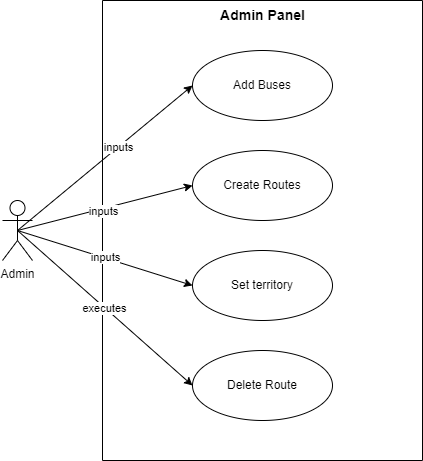
Abubakar-doc/FYP-24-SE-A-204 keeps this draw.io diagram as Project Real-Time Bus ID Verification and Tracking/DOCUMENTATION/UseCaseDiagrams/BusesManagement.drawio.png. Above is the earlier version. Source tidied: cells renumbered, new cells last; positions are measured from the earlier drawing's top-left corner, leaving out a move shared by most shapes.
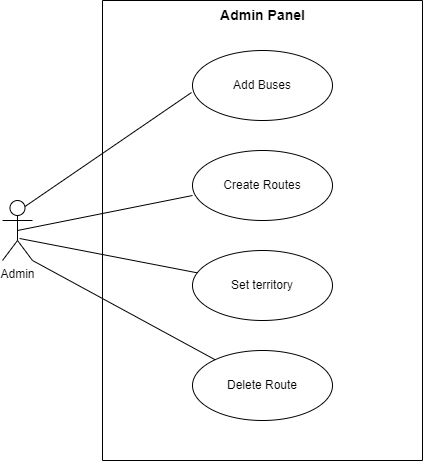
The same diagram one commit later.

The edit, as a diff of the source:
```diff
@@ -20,34 +20,20 @@
     <mxCell id="7" value="Admin Panel" style="text;html=1;align=center;verticalAlign=middle;strokeColor=none;fillColor=none;fontStyle=1;fontSize=14;" parent="2" vertex="1">
       <mxGeometry x="110" width="100" height="30" as="geometry" />
     </mxCell>
+    <mxCell id="16" value="Admin" style="shape=umlActor;verticalLabelPosition=bottom;verticalAlign=top;html=1;" parent="1" vertex="1">
+      <mxGeometry y="200" width="30" height="60" as="geometry" />
+    </mxCell>
+    <mxCell id="14" style="endArrow=none;html=1;rounded=0;exitX=1;exitY=1;exitDx=0;exitDy=0;exitPerimeter=0;" parent="1" edge="1" source="16" target="3">
+      <mxGeometry relative="1" as="geometry" />
+    </mxCell>
+    <mxCell id="12" style="endArrow=none;html=1;rounded=0;exitX=0.567;exitY=0.633;exitDx=0;exitDy=0;exitPerimeter=0;" parent="1" edge="1" source="16" target="6">
+      <mxGeometry relative="1" as="geometry" />
+    </mxCell>
-    <mxCell id="8" style="rounded=0;jettySize=auto;html=1;exitX=0.5;exitY=0.5;exitDx=0;exitDy=0;exitPerimeter=0;entryX=0;entryY=0.5;entryDx=0;entryDy=0;" parent="1" edge="1" source="16" target="5">
+    <mxCell id="8" style="endArrow=none;html=1;rounded=0;exitX=0.5;exitY=0.5;exitDx=0;exitDy=0;exitPerimeter=0;entryX=0;entryY=0.643;entryDx=0;entryDy=0;entryPerimeter=0;" parent="1" edge="1" source="16" target="5">
       <mxGeometry relative="1" as="geometry" />
     </mxCell>
-    <mxCell id="9" value="inputs" style="edgeLabel;html=1;align=center;verticalAlign=middle;" parent="8" vertex="1">
-      <mxGeometry x="-0.03" y="-3" relative="1" as="geometry" />
-    </mxCell>
-    <mxCell id="10" style="rounded=0;jettySize=auto;html=1;exitX=0.5;exitY=0.5;exitDx=0;exitDy=0;exitPerimeter=0;entryX=0;entryY=0.5;entryDx=0;entryDy=0;" parent="1" edge="1" source="16" target="4">
+    <mxCell id="10" style="endArrow=none;html=1;rounded=0;exitX=0.75;exitY=0.1;exitDx=0;exitDy=0;exitPerimeter=0;entryX=-0.007;entryY=0.6;entryDx=0;entryDy=0;entryPerimeter=0;" parent="1" edge="1" source="16" target="4">
       <mxGeometry relative="1" as="geometry" />
     </mxCell>
-    <mxCell id="11" value="inputs" style="edgeLabel;html=1;align=center;verticalAlign=middle;" parent="10" vertex="1">
-      <mxGeometry x="0.16" y="1" relative="1" as="geometry">
-        <mxPoint y="1" as="offset" />
-      </mxGeometry>
-    </mxCell>
-    <mxCell id="12" style="rounded=0;jettySize=auto;html=1;exitX=0.5;exitY=0.5;exitDx=0;exitDy=0;exitPerimeter=0;entryX=0;entryY=0.5;entryDx=0;entryDy=0;" parent="1" edge="1" source="16" target="6">
-      <mxGeometry relative="1" as="geometry" />
-    </mxCell>
-    <mxCell id="13" value="inputs" style="edgeLabel;html=1;align=center;verticalAlign=middle;" parent="12" vertex="1">
-      <mxGeometry x="-0.01" y="1" relative="1" as="geometry" />
-    </mxCell>
-    <mxCell id="14" style="rounded=0;jettySize=auto;html=1;exitX=0.5;exitY=0.5;exitDx=0;exitDy=0;exitPerimeter=0;entryX=0;entryY=0.5;entryDx=0;entryDy=0;" parent="1" edge="1" source="16" target="3">
-      <mxGeometry relative="1" as="geometry" />
-    </mxCell>
-    <mxCell id="15" value="executes" style="edgeLabel;html=1;align=center;verticalAlign=middle;" parent="14" vertex="1">
-      <mxGeometry x="-0.01" y="-1" relative="1" as="geometry" />
-    </mxCell>
-    <mxCell id="16" value="Admin" style="shape=umlActor;verticalLabelPosition=bottom;verticalAlign=top;html=1;" parent="1" vertex="1">
-      <mxGeometry y="200" width="30" height="60" as="geometry" />
-    </mxCell>
   </root>
 </mxGraphModel>
```
